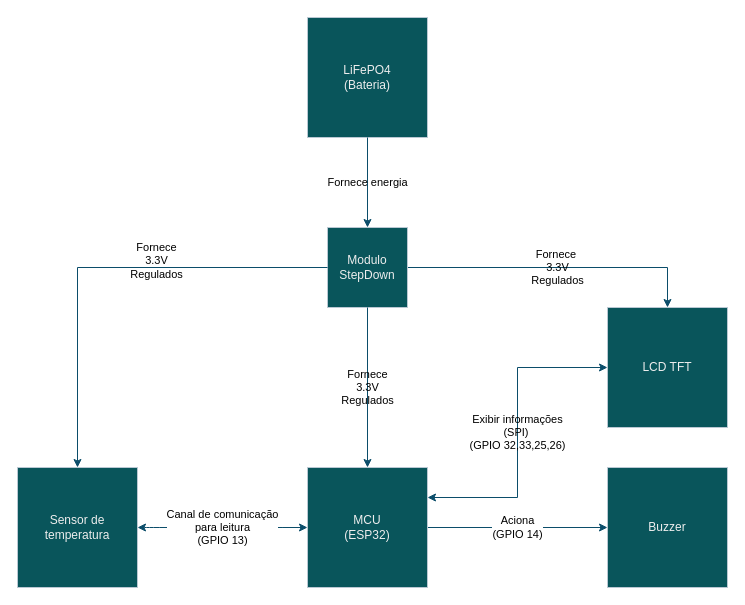
This is Diagrama sem nome.drawio from EduardSilva/prova-pratica-de-micro1, a draw.io file, before an edit. Source tidied: cells renumbered, new cells numbered last; positions are measured from the earlier drawing's top-left corner, leaving out a move shared by most shapes. Both pictures are drawn from the tidied source at 100%, with x=0, y=0 at pixel (17, 17).
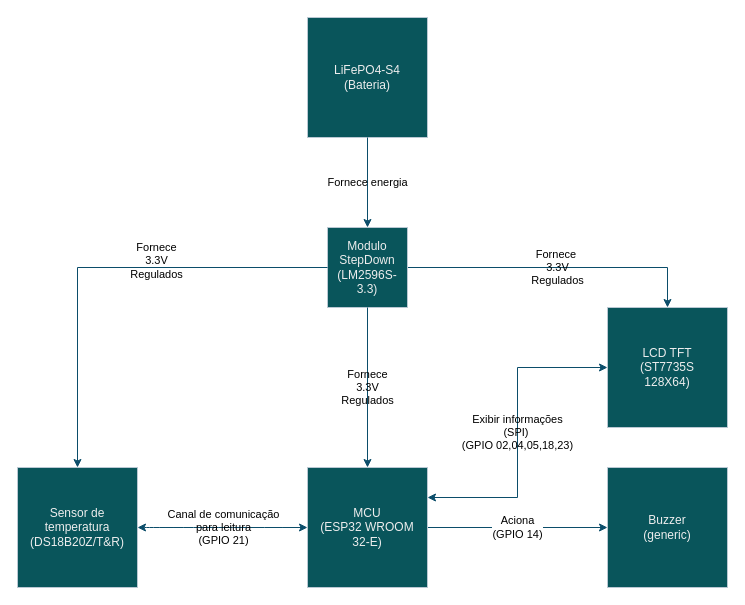
Above is the later version.

Change to the diagram source:
```diff
@@
 <mxGraphModel>
   <root>
     <mxCell id="0" />
     <mxCell id="1" parent="0" />
     <mxCell id="2" value="&lt;div&gt;Aciona&lt;/div&gt;&lt;div&gt;(GPIO 14)&lt;/div&gt;" style="edgeStyle=orthogonalEdgeStyle;rounded=0;jettySize=auto;html=1;exitX=1;exitY=0.5;exitDx=0;exitDy=0;strokeColor=#0B4D6A;" parent="1" edge="1" source="4" target="13">
       <mxGeometry relative="1" as="geometry" />
     </mxCell>
-    <mxCell id="3" value="Exibir informações&lt;br&gt;&lt;div&gt;(SPI)&amp;nbsp;&lt;/div&gt;&lt;div&gt;(GPIO 32,33,25,26)&lt;/div&gt;" style="edgeStyle=orthogonalEdgeStyle;rounded=0;jettySize=auto;html=1;exitX=1;exitY=0.25;exitDx=0;exitDy=0;entryX=0;entryY=0.5;entryDx=0;entryDy=0;strokeColor=#0B4D6A;startArrow=classic;startFill=1;labelBackgroundColor=none;" parent="1" edge="1" source="4" target="14">
+    <mxCell id="3" value="Exibir informações&lt;br&gt;&lt;div&gt;(SPI)&amp;nbsp;&lt;/div&gt;&lt;div&gt;(GPIO 02,04,05,18,23)&lt;/div&gt;" style="edgeStyle=orthogonalEdgeStyle;rounded=0;jettySize=auto;html=1;exitX=1;exitY=0.25;exitDx=0;exitDy=0;entryX=0;entryY=0.5;entryDx=0;entryDy=0;strokeColor=#0B4D6A;startArrow=classic;startFill=1;labelBackgroundColor=none;" parent="1" edge="1" source="4" target="14">
       <mxGeometry relative="1" as="geometry" />
     </mxCell>
-    <mxCell id="4" value="&lt;div&gt;MCU&lt;/div&gt;(ESP32)" style="rounded=0;whiteSpace=wrap;html=1;strokeColor=#BAC8D3;fontColor=#EEEEEE;fillColor=#09555B;" parent="1" vertex="1">
+    <mxCell id="4" value="&lt;div&gt;MCU&lt;/div&gt;&lt;div&gt;(ESP32 WROOM&lt;/div&gt;&lt;div&gt;32-E)&lt;/div&gt;" style="rounded=0;whiteSpace=wrap;html=1;strokeColor=#BAC8D3;fontColor=#EEEEEE;fillColor=#09555B;" parent="1" vertex="1">
       <mxGeometry x="290" y="450" width="120" height="120" as="geometry" />
     </mxCell>
-    <mxCell id="5" value="LiFePO4&lt;br&gt;(Bateria)" style="rounded=0;whiteSpace=wrap;html=1;strokeColor=#BAC8D3;fontColor=#EEEEEE;fillColor=#09555B;" parent="1" vertex="1">
+    <mxCell id="5" value="LiFePO4-S4&lt;br&gt;(Bateria)" style="rounded=0;whiteSpace=wrap;html=1;strokeColor=#BAC8D3;fontColor=#EEEEEE;fillColor=#09555B;" parent="1" vertex="1">
       <mxGeometry x="290" width="120" height="120" as="geometry" />
     </mxCell>
     <mxCell id="6" value="&lt;div&gt;Fornece&amp;nbsp;&lt;/div&gt;&lt;div&gt;3.3V&lt;/div&gt;Regulados" style="edgeStyle=orthogonalEdgeStyle;rounded=0;jettySize=auto;html=1;exitX=1;exitY=0.5;exitDx=0;exitDy=0;entryX=0.5;entryY=0;entryDx=0;entryDy=0;strokeColor=#0B4D6A;labelBackgroundColor=none;" parent="1" edge="1" source="7" target="14">
       <mxGeometry relative="1" as="geometry" />
     </mxCell>
-    <mxCell id="7" value="&lt;div&gt;Modulo&lt;/div&gt;&lt;div&gt;StepDown&lt;/div&gt;" style="rounded=0;whiteSpace=wrap;html=1;strokeColor=#BAC8D3;fontColor=#EEEEEE;fillColor=#09555B;" parent="1" vertex="1">
+    <mxCell id="7" value="&lt;div&gt;Modulo&lt;/div&gt;&lt;div&gt;StepDown&lt;/div&gt;&lt;div&gt;(LM2596S-3.3)&lt;/div&gt;" style="rounded=0;whiteSpace=wrap;html=1;strokeColor=#BAC8D3;fontColor=#EEEEEE;fillColor=#09555B;" parent="1" vertex="1">
       <mxGeometry x="310" y="210" width="80" height="80" as="geometry" />
     </mxCell>
-    <mxCell id="8" value="&lt;div&gt;Canal de comunicação&lt;/div&gt;&lt;div&gt;para leitura&lt;br&gt;(GPIO 13)&lt;/div&gt;" style="edgeStyle=orthogonalEdgeStyle;rounded=0;jettySize=auto;html=1;exitX=1;exitY=0.5;exitDx=0;exitDy=0;entryX=0;entryY=0.5;entryDx=0;entryDy=0;strokeColor=#0B4D6A;startArrow=classic;startFill=1;curved=1;" parent="1" edge="1" source="9" target="4">
-      <mxGeometry relative="1" as="geometry" />
+    <mxCell id="8" value="&lt;div&gt;Canal de comunicação&lt;/div&gt;&lt;div&gt;para leitura&lt;br&gt;(GPIO 21)&lt;/div&gt;" style="edgeStyle=orthogonalEdgeStyle;rounded=0;jettySize=auto;html=1;exitX=1;exitY=0.5;exitDx=0;exitDy=0;entryX=0;entryY=0.5;entryDx=0;entryDy=0;strokeColor=#0B4D6A;startArrow=classic;startFill=1;curved=1;labelBackgroundColor=none;" parent="1" edge="1" source="9" target="4">
+      <mxGeometry x="0.01" relative="1" as="geometry" />
     </mxCell>
-    <mxCell id="9" value="Sensor de temperatura" style="rounded=0;whiteSpace=wrap;html=1;strokeColor=#BAC8D3;fontColor=#EEEEEE;fillColor=#09555B;" parent="1" vertex="1">
+    <mxCell id="9" value="&lt;div&gt;Sensor de temperatura&lt;/div&gt;(DS18B20Z/T&amp;amp;R)" style="rounded=0;whiteSpace=wrap;html=1;strokeColor=#BAC8D3;fontColor=#EEEEEE;fillColor=#09555B;" parent="1" vertex="1">
       <mxGeometry y="450" width="120" height="120" as="geometry" />
     </mxCell>
     <mxCell id="10" value="&#10;&lt;div&gt;Fornece&lt;/div&gt;&lt;div&gt;3.3V&lt;/div&gt;&lt;div&gt;Regulados&lt;/div&gt;&#10;&#10;" style="edgeStyle=orthogonalEdgeStyle;rounded=0;jettySize=auto;html=1;exitX=0;exitY=0.5;exitDx=0;exitDy=0;entryX=0.5;entryY=0;entryDx=0;entryDy=0;strokeColor=#0B4D6A;labelBackgroundColor=none;" parent="1" edge="1" source="7" target="9">
       <mxGeometry x="-0.24" relative="1" as="geometry" />
     </mxCell>
     <mxCell id="11" value="&lt;div&gt;Fornece&lt;/div&gt;&lt;div&gt;3.3V&lt;/div&gt;&lt;div&gt;Regulados&lt;/div&gt;" style="edgeStyle=orthogonalEdgeStyle;rounded=0;jettySize=auto;html=1;exitX=0.5;exitY=1;exitDx=0;exitDy=0;strokeColor=#0B4D6A;labelBackgroundColor=none;" parent="1" edge="1" source="7" target="4">
       <mxGeometry relative="1" as="geometry" />
     </mxCell>
     <mxCell id="12" value="Fornece energia" style="edgeStyle=orthogonalEdgeStyle;rounded=0;jettySize=auto;html=1;exitX=0.5;exitY=1;exitDx=0;exitDy=0;entryX=0.5;entryY=0;entryDx=0;entryDy=0;strokeColor=#0B4D6A;labelBackgroundColor=none;" parent="1" edge="1" source="5" target="7">
       <mxGeometry relative="1" as="geometry" />
     </mxCell>
-    <mxCell id="13" value="Buzzer" style="rounded=0;whiteSpace=wrap;html=1;strokeColor=#BAC8D3;fontColor=#EEEEEE;fillColor=#09555B;" parent="1" vertex="1">
+    <mxCell id="13" value="&lt;div&gt;Buzzer&lt;/div&gt;(generic)" style="rounded=0;whiteSpace=wrap;html=1;strokeColor=#BAC8D3;fontColor=#EEEEEE;fillColor=#09555B;" parent="1" vertex="1">
       <mxGeometry x="590" y="450" width="120" height="120" as="geometry" />
     </mxCell>
-    <mxCell id="14" value="&lt;span&gt;LCD TFT&lt;/span&gt;" style="rounded=0;whiteSpace=wrap;html=1;strokeColor=#BAC8D3;fontColor=#EEEEEE;fillColor=#09555B;" parent="1" vertex="1">
+    <mxCell id="14" value="&lt;div&gt;&lt;span&gt;LCD TFT&lt;/span&gt;&lt;/div&gt;&lt;div&gt;(ST7735S&lt;/div&gt;&lt;div&gt;128X64)&lt;/div&gt;" style="rounded=0;whiteSpace=wrap;html=1;strokeColor=#BAC8D3;fontColor=#EEEEEE;fillColor=#09555B;" parent="1" vertex="1">
       <mxGeometry x="590" y="290" width="120" height="120" as="geometry" />
     </mxCell>
   </root>
 </mxGraphModel>
```
